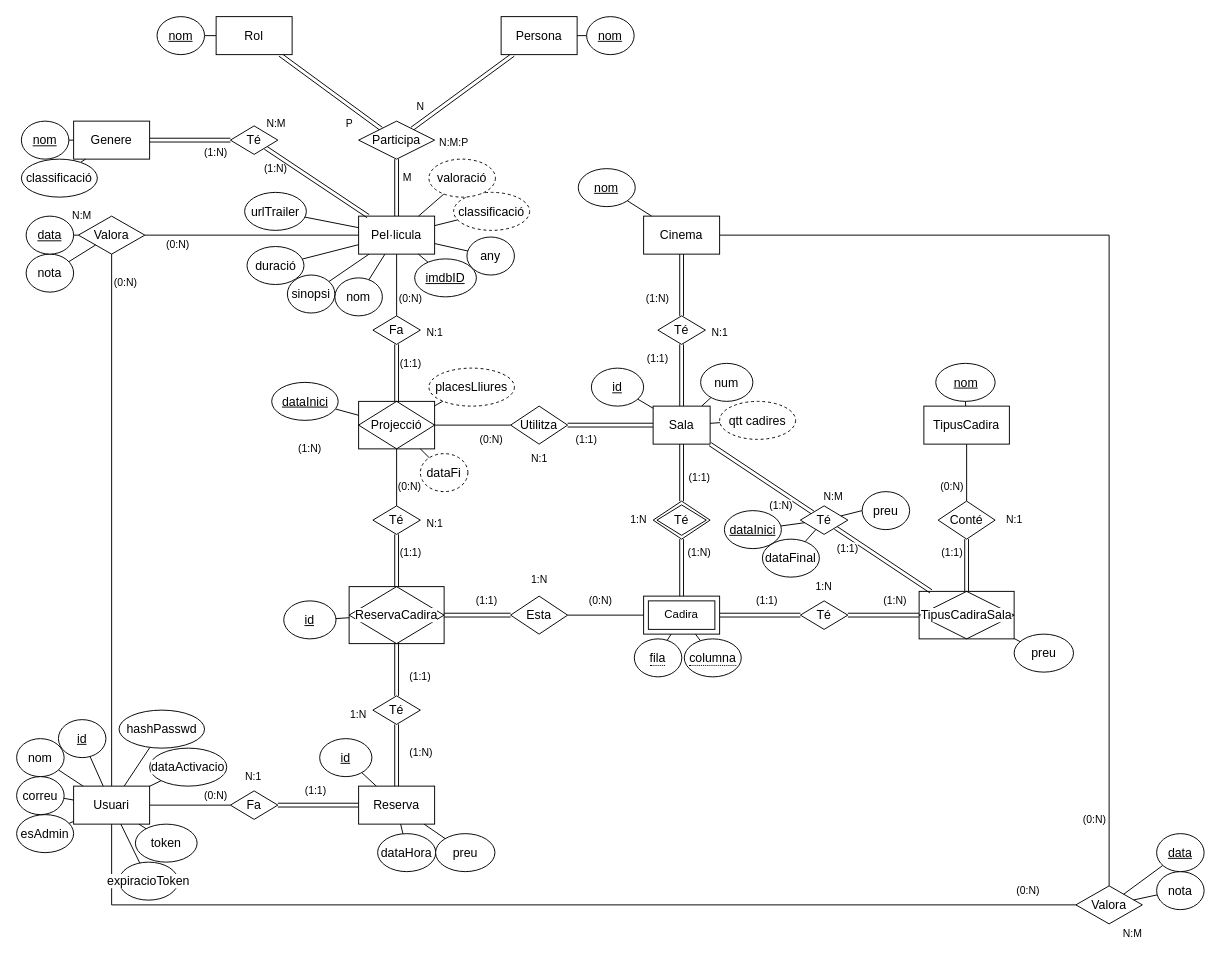
Above: BBDD/CineReserva ER.drawio in sergiquintanac/ProjecteWebCinema (draw.io), before the change. Source tidied: cells renumbered, new cells numbered last; positions are measured from the earlier drawing's top-left corner, leaving out a move shared by most shapes. Both pictures are drawn from the tidied source at 95%, with x=0, y=0 at pixel (16, 16).
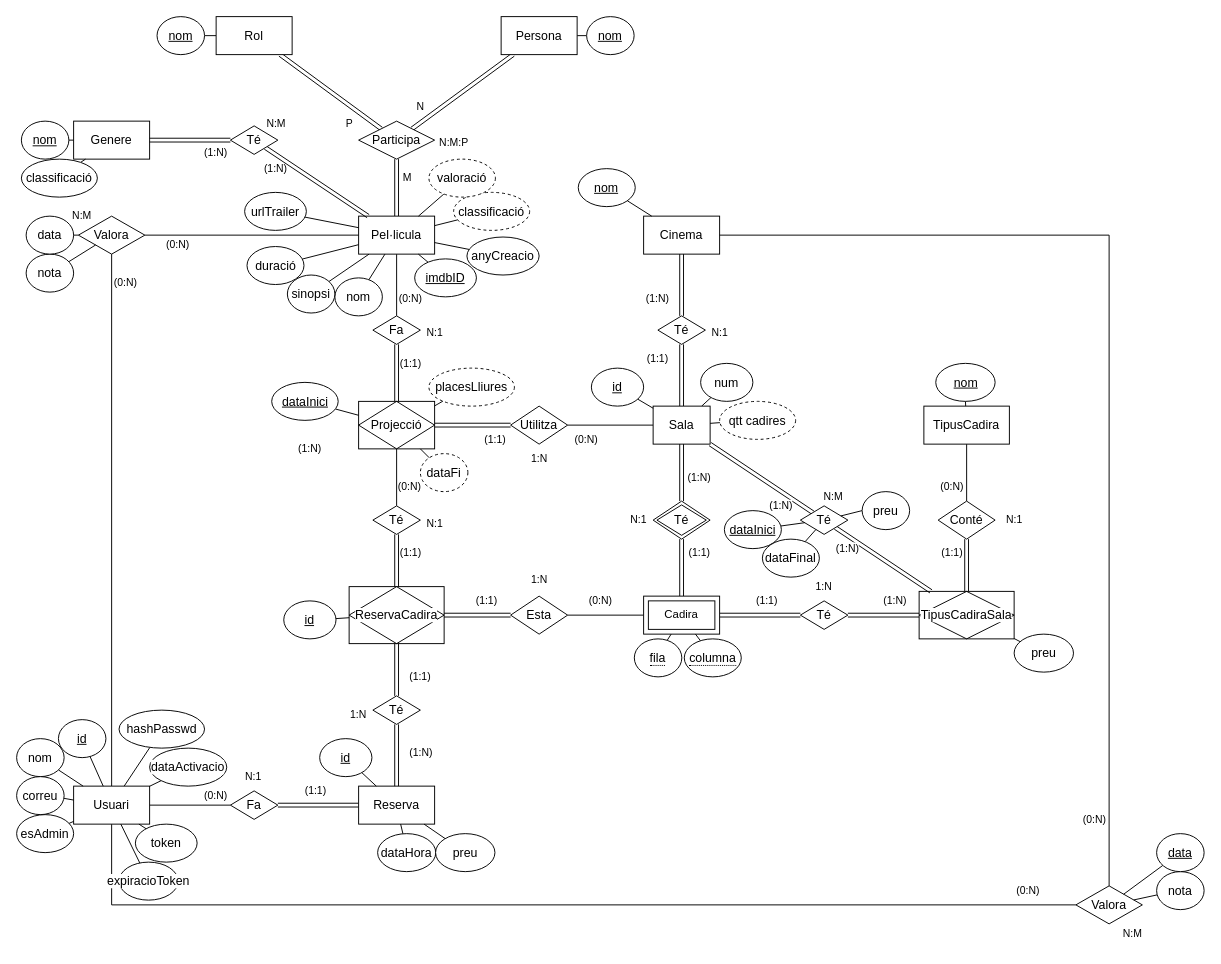
Above is the later version.

Commit message:
Correcció diagrama

Unchanged cells that the change refers to:
```xml
<mxCell id="46" value="Projecció" style="shape=associativeEntity;whiteSpace=wrap;html=1;align=center;fontSize=13;fontFamily=Helvetica;fontColor=default;labelBackgroundColor=default;" parent="1" vertex="1">
  <mxGeometry x="360" y="405" width="80" height="50" as="geometry" />
</mxCell>
<mxCell id="61" value="Utilitza" style="shape=rhombus;perimeter=rhombusPerimeter;whiteSpace=wrap;html=1;align=center;fontSize=13;fontFamily=Helvetica;labelBackgroundColor=none;rounded=0;strokeColor=default;verticalAlign=middle;fontColor=default;fillColor=default;" parent="1" vertex="1">
  <mxGeometry x="520" y="410" width="60" height="40" as="geometry" />
</mxCell>
<mxCell id="68" value="Sala" style="rounded=0;whiteSpace=wrap;html=1;fontSize=13;" parent="1" vertex="1">
  <mxGeometry x="670" y="410" width="60" height="40" as="geometry" />
</mxCell>
```

What changed in the source:
```diff
@@
-    <mxCell id="41" value="data" style="ellipse;whiteSpace=wrap;html=1;align=center;fontSize=13;fontFamily=Helvetica;labelBackgroundColor=none;fontStyle=4;rounded=0;" parent="1" vertex="1">
+    <mxCell id="41" value="data" style="ellipse;whiteSpace=wrap;html=1;align=center;fontSize=13;fontFamily=Helvetica;labelBackgroundColor=none;fontStyle=0;rounded=0;" parent="1" vertex="1">
       <mxGeometry x="10" y="210" width="50" height="40" as="geometry" />
     </mxCell>
@@
-    <mxCell id="44" style="edgeStyle=none;shape=connector;rounded=0;jettySize=auto;html=1;strokeColor=default;align=center;verticalAlign=middle;fontFamily=Helvetica;fontSize=11;fontColor=default;labelBackgroundColor=none;endArrow=none;endFill=0;" parent="1" edge="1" source="46" target="61">
+    <mxCell id="44" style="edgeStyle=none;shape=link;rounded=0;jettySize=auto;html=1;strokeColor=default;align=center;verticalAlign=middle;fontFamily=Helvetica;fontSize=11;fontColor=default;labelBackgroundColor=none;endArrow=none;endFill=0;" parent="1" edge="1" source="46" target="61">
       <mxGeometry relative="1" as="geometry" />
     </mxCell>
@@
     <mxCell id="48" value="(0:N)" style="text;strokeColor=none;align=center;fillColor=none;html=1;verticalAlign=middle;whiteSpace=wrap;rounded=0;fontFamily=Helvetica;fontSize=11;fontColor=default;labelBackgroundColor=default;" parent="1" vertex="1">
-      <mxGeometry x="480" y="430" width="40" height="30" as="geometry" />
+      <mxGeometry x="580" y="430" width="40" height="30" as="geometry" />
     </mxCell>
@@
-    <mxCell id="62" style="edgeStyle=none;shape=link;rounded=0;jettySize=auto;html=1;strokeColor=default;align=center;verticalAlign=middle;fontFamily=Helvetica;fontSize=11;fontColor=default;labelBackgroundColor=default;endArrow=none;endFill=0;" parent="1" edge="1" source="68" target="61">
+    <mxCell id="62" style="edgeStyle=none;rounded=0;jettySize=auto;html=1;strokeColor=default;align=center;verticalAlign=middle;fontFamily=Helvetica;fontSize=11;fontColor=default;labelBackgroundColor=default;endArrow=none;endFill=0;" parent="1" edge="1" source="68" target="61">
       <mxGeometry relative="1" as="geometry" />
     </mxCell>
     <mxCell id="63" value="(1:1)" style="text;strokeColor=none;align=center;fillColor=none;html=1;verticalAlign=middle;whiteSpace=wrap;rounded=0;fontFamily=Helvetica;fontSize=11;fontColor=default;labelBackgroundColor=default;" parent="1" vertex="1">
-      <mxGeometry x="580" y="430" width="40" height="30" as="geometry" />
+      <mxGeometry x="484" y="430" width="40" height="30" as="geometry" />
     </mxCell>
@@
-    <mxCell id="83" value="&lt;div&gt;(1:1)&lt;/div&gt;" style="text;strokeColor=none;align=center;fillColor=none;html=1;verticalAlign=middle;whiteSpace=wrap;rounded=0;fontFamily=Helvetica;fontSize=11;fontColor=default;labelBackgroundColor=default;" parent="1" vertex="1">
+    <mxCell id="83" value="&lt;div&gt;(1:N)&lt;/div&gt;" style="text;strokeColor=none;align=center;fillColor=none;html=1;verticalAlign=middle;whiteSpace=wrap;rounded=0;fontFamily=Helvetica;fontSize=11;fontColor=default;labelBackgroundColor=default;" parent="1" vertex="1">
       <mxGeometry x="703.8" y="470" width="30" height="30" as="geometry" />
     </mxCell>
-    <mxCell id="84" value="&lt;div&gt;(1:N)&lt;/div&gt;" style="text;strokeColor=none;align=center;fillColor=none;html=1;verticalAlign=middle;whiteSpace=wrap;rounded=0;fontFamily=Helvetica;fontSize=11;fontColor=default;labelBackgroundColor=default;" parent="1" vertex="1">
+    <mxCell id="84" value="&lt;div&gt;(1:1)&lt;/div&gt;" style="text;strokeColor=none;align=center;fillColor=none;html=1;verticalAlign=middle;whiteSpace=wrap;rounded=0;fontFamily=Helvetica;fontSize=11;fontColor=default;labelBackgroundColor=default;" parent="1" vertex="1">
       <mxGeometry x="703.8" y="549" width="30" height="30" as="geometry" />
     </mxCell>
-    <mxCell id="85" value="1:N" style="text;strokeColor=none;align=center;fillColor=none;html=1;verticalAlign=middle;whiteSpace=wrap;rounded=0;fontFamily=Helvetica;fontSize=11;fontColor=default;labelBackgroundColor=default;" parent="1" vertex="1">
+    <mxCell id="85" value="N:1" style="text;strokeColor=none;align=center;fillColor=none;html=1;verticalAlign=middle;whiteSpace=wrap;rounded=0;fontFamily=Helvetica;fontSize=11;fontColor=default;labelBackgroundColor=default;" parent="1" vertex="1">
       <mxGeometry x="640" y="515" width="30" height="30" as="geometry" />
     </mxCell>
@@
-    <mxCell id="163" value="&lt;div&gt;(1:1)&lt;/div&gt;" style="text;strokeColor=none;align=center;fillColor=none;html=1;verticalAlign=middle;whiteSpace=wrap;rounded=0;fontFamily=Helvetica;fontSize=11;fontColor=default;labelBackgroundColor=default;" parent="1" vertex="1">
+    <mxCell id="163" value="&lt;div&gt;(1:N)&lt;/div&gt;" style="text;strokeColor=none;align=center;fillColor=none;html=1;verticalAlign=middle;whiteSpace=wrap;rounded=0;fontFamily=Helvetica;fontSize=11;fontColor=default;labelBackgroundColor=default;" parent="1" vertex="1">
       <mxGeometry x="860" y="545" width="30" height="30" as="geometry" />
     </mxCell>
@@
-    <mxCell id="172" value="N:1" style="text;html=1;align=center;verticalAlign=middle;strokeColor=none;fillColor=none;fontFamily=Helvetica;fontSize=11;fontColor=default;labelBackgroundColor=none;" parent="1" vertex="1">
+    <mxCell id="172" value="1:N" style="text;html=1;align=center;verticalAlign=middle;strokeColor=none;fillColor=none;fontFamily=Helvetica;fontSize=11;fontColor=default;labelBackgroundColor=none;" parent="1" vertex="1">
       <mxGeometry x="530" y="450" width="40" height="30" as="geometry" />
     </mxCell>
@@
-    <mxCell id="191" value="any" style="ellipse;whiteSpace=wrap;html=1;align=center;fontSize=13;fontStyle=0;fontFamily=Helvetica;labelBackgroundColor=none;rounded=0;" parent="1" vertex="1">
-      <mxGeometry x="474" y="232" width="50" height="40" as="geometry" />
+    <mxCell id="191" value="anyCreacio" style="ellipse;whiteSpace=wrap;html=1;align=center;fontSize=13;fontStyle=0;fontFamily=Helvetica;labelBackgroundColor=none;rounded=0;" parent="1" vertex="1">
+      <mxGeometry x="474" y="232" width="76" height="40" as="geometry" />
     </mxCell>
```
